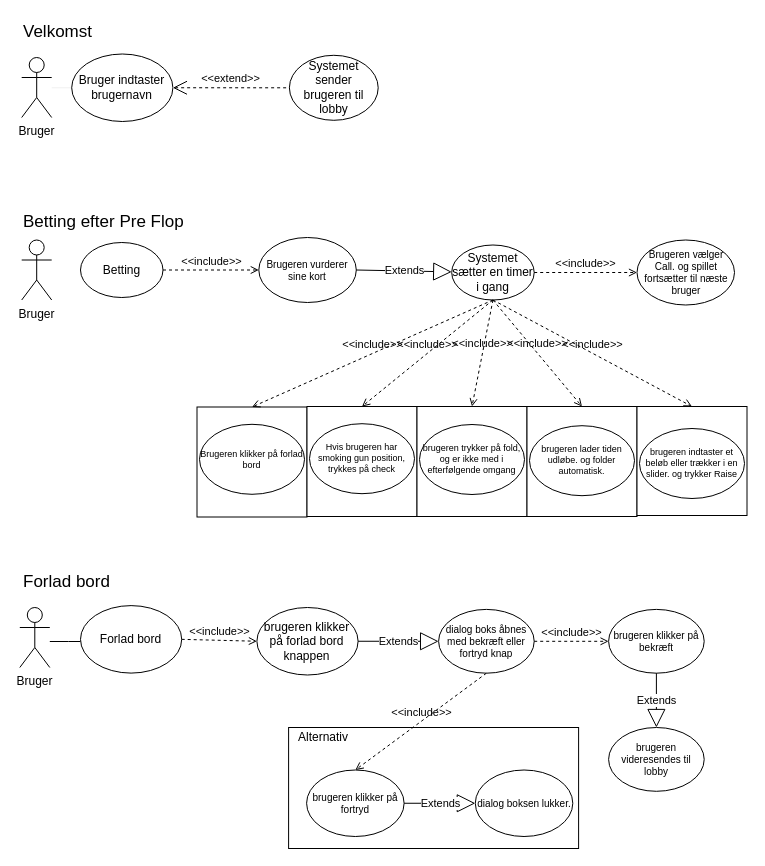
The draw.io diagram Dokumentation/Use Cases.drawio in AndreasBollNielsen/PinkLadiesPoker_GameEngine, before the edit. Source tidied: cells renumbered, new cells numbered last; positions are measured from the earlier drawing's top-left corner, leaving out a move shared by most shapes. Both pictures are drawn from the tidied source at 100%, with x=0, y=0 at pixel (19, 17).
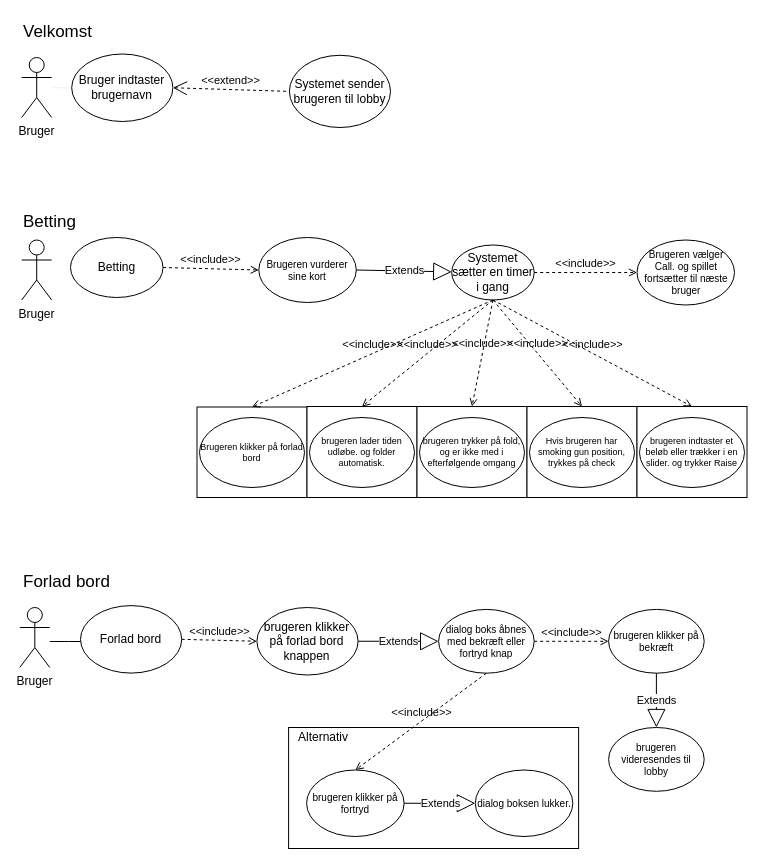
Above is the later version.

Commit message:
Few adjustments to betting

What changed in the source:
```diff
@@
     <mxCell id="2" style="rounded=0;whiteSpace=wrap;html=1;align=center;arcSize=6;" parent="1" vertex="1">
-      <mxGeometry x="177.5" y="389.5" width="110" height="110" as="geometry" />
+      <mxGeometry x="177.5" y="389.5" width="110" height="90.5" as="geometry" />
     </mxCell>
     <mxCell id="3" style="rounded=0;whiteSpace=wrap;html=1;align=center;arcSize=6;" parent="1" vertex="1">
-      <mxGeometry x="287.5" y="389" width="110" height="110" as="geometry" />
+      <mxGeometry x="287.5" y="389" width="110" height="91" as="geometry" />
     </mxCell>
     <mxCell id="4" style="rounded=0;whiteSpace=wrap;html=1;align=center;arcSize=6;" parent="1" vertex="1">
-      <mxGeometry x="397.5" y="389" width="110" height="110" as="geometry" />
+      <mxGeometry x="397.5" y="389" width="110" height="91" as="geometry" />
     </mxCell>
@@
     <mxCell id="8" value="Systemet sender brugeren til lobby" style="ellipse;whiteSpace=wrap;html=1;" parent="1" vertex="1">
-      <mxGeometry x="269.9" y="37.8" width="88.8" height="65" as="geometry" />
+      <mxGeometry x="269.9" y="37.8" width="101.1" height="72.2" as="geometry" />
     </mxCell>
@@
     <mxCell id="10" style="rounded=0;whiteSpace=wrap;html=1;align=center;arcSize=6;" parent="1" vertex="1">
-      <mxGeometry x="507.5" y="389" width="110" height="110" as="geometry" />
+      <mxGeometry x="507.5" y="389" width="110" height="91" as="geometry" />
     </mxCell>
     <mxCell id="11" style="rounded=0;whiteSpace=wrap;html=1;align=center;arcSize=6;" parent="1" vertex="1">
-      <mxGeometry x="617.5" y="389" width="110" height="109" as="geometry" />
+      <mxGeometry x="617.5" y="389" width="110" height="91" as="geometry" />
     </mxCell>
@@
-    <mxCell id="17" value="Betting efter Pre Flop" style="text;html=1;strokeColor=none;fillColor=none;align=left;verticalAlign=middle;whiteSpace=wrap;rounded=0;fontSize=17;" parent="1" vertex="1">
+    <mxCell id="17" value="Betting" style="text;html=1;strokeColor=none;fillColor=none;align=left;verticalAlign=middle;whiteSpace=wrap;rounded=0;fontSize=17;" parent="1" vertex="1">
       <mxGeometry x="2.2" y="190" width="200" height="30" as="geometry" />
     </mxCell>
     <mxCell id="18" value="brugeren indtaster et beløb eller trækker i en slider. og trykker Raise" style="ellipse;whiteSpace=wrap;html=1;fontSize=9;" parent="1" vertex="1">
-      <mxGeometry x="620" y="411" width="105" height="70" as="geometry" />
+      <mxGeometry x="620" y="400" width="105" height="70" as="geometry" />
     </mxCell>
     <mxCell id="19" value="brugeren lader tiden udløbe. og folder automatisk." style="ellipse;whiteSpace=wrap;html=1;fontSize=9;" parent="1" vertex="1">
-      <mxGeometry x="510" y="408.2" width="105" height="70" as="geometry" />
+      <mxGeometry x="290" y="400" width="105" height="70" as="geometry" />
     </mxCell>
     <mxCell id="20" value="brugeren trykker på fold, og er ikke med i efterfølgende omgang" style="ellipse;whiteSpace=wrap;html=1;fontSize=9;" parent="1" vertex="1">
-      <mxGeometry x="400" y="407" width="105" height="70" as="geometry" />
+      <mxGeometry x="400" y="400" width="105" height="70" as="geometry" />
     </mxCell>
@@
     <mxCell id="34" value="Betting" style="ellipse;whiteSpace=wrap;html=1;" parent="1" vertex="1">
-      <mxGeometry x="61" y="225" width="82.5" height="55" as="geometry" />
+      <mxGeometry x="51" y="220" width="92.5" height="60" as="geometry" />
     </mxCell>
@@
     <mxCell id="37" value="Hvis brugeren har smoking gun position, trykkes på check" style="ellipse;whiteSpace=wrap;html=1;fontSize=9;" parent="1" vertex="1">
-      <mxGeometry x="290" y="406.2" width="105" height="70" as="geometry" />
+      <mxGeometry x="510" y="400" width="105" height="70" as="geometry" />
     </mxCell>
     <mxCell id="38" value="Brugeren klikker på forlad bord" style="ellipse;whiteSpace=wrap;html=1;fontSize=9;" parent="1" vertex="1">
-      <mxGeometry x="180" y="406.8" width="105" height="70" as="geometry" />
+      <mxGeometry x="180" y="400" width="105" height="70" as="geometry" />
     </mxCell>
```
